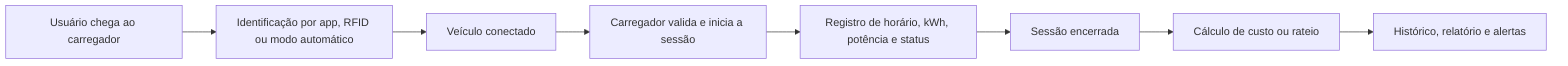
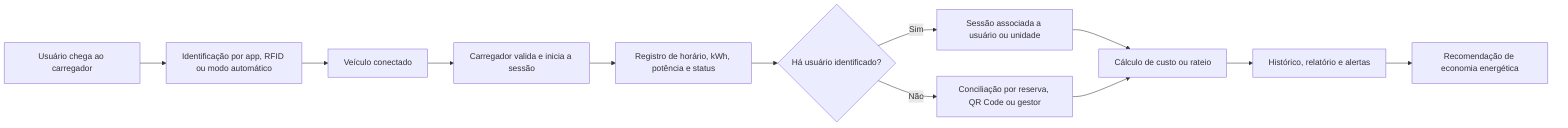
flowchart LR
    A[Usuário chega ao carregador] --> B[Identificação por app, RFID ou modo automático]
    B --> C[Veículo conectado]
    C --> D[Carregador valida e inicia a sessão]
    D --> E[Registro de horário, kWh, potência e status]
-     E --> F[Sessão encerrada]
-     F --> G[Cálculo de custo ou rateio]
-     G --> H[Histórico, relatório e alertas]
+     E --> F{Há usuário identificado?}
+     F -->|Sim| G[Sessão associada a usuário ou unidade]
+     F -->|Não| H[Conciliação por reserva, QR Code ou gestor]
+     G --> I[Cálculo de custo ou rateio]
+     H --> I
+     I --> J[Histórico, relatório e alertas]
+     J --> K[Recomendação de economia energética]
